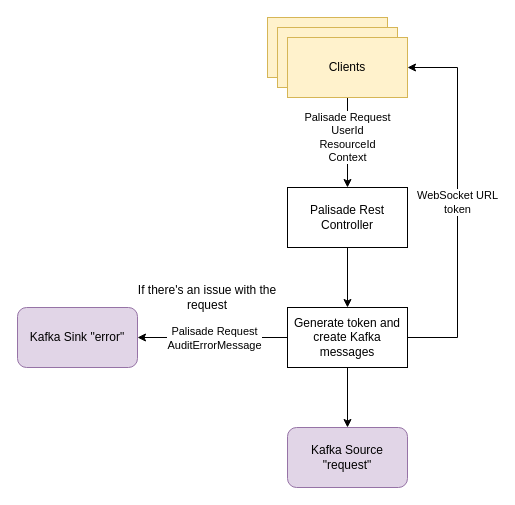
The draw.io diagram palisade-service/doc/palisade-service.drawio in gchq/Palisade-services, before the edit. Source tidied: cells renumbered, new cells numbered last; positions are measured from the earlier drawing's top-left corner, leaving out a move shared by most shapes. Both pictures are drawn from the tidied source at 100%, with x=0, y=0 at pixel (17, 17).
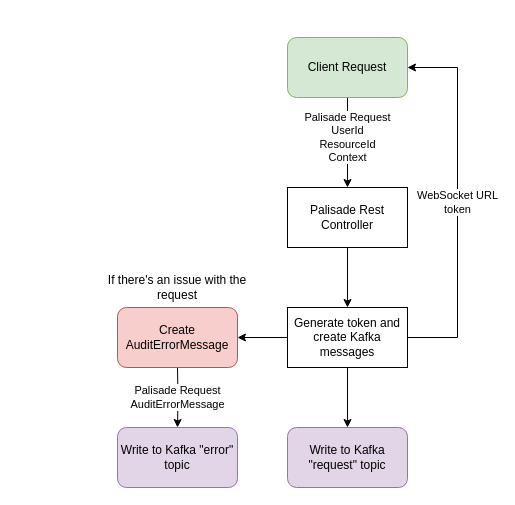
Above is the later version.

What changed in the source:
```diff
@@
 <mxGraphModel>
   <root>
     <mxCell id="0" />
     <mxCell id="1" parent="0" />
-    <mxCell id="2" value="WebSocket URL&lt;br&gt;token" style="edgeStyle=orthogonalEdgeStyle;rounded=0;jettySize=auto;html=1;exitX=1;exitY=0.5;exitDx=0;exitDy=0;entryX=1;entryY=0.5;entryDx=0;entryDy=0;" parent="1" edge="1" source="13" target="10">
+    <mxCell id="2" value="WebSocket URL&lt;br&gt;token" style="edgeStyle=orthogonalEdgeStyle;rounded=0;jettySize=auto;html=1;exitX=1;exitY=0.5;exitDx=0;exitDy=0;entryX=1;entryY=0.5;entryDx=0;entryDy=0;entryPerimeter=0;" parent="1" edge="1" source="13" target="17">
       <mxGeometry relative="1" as="geometry">
         <Array as="points">
           <mxPoint x="440" y="320" />
           <mxPoint x="440" y="50" />
         </Array>
       </mxGeometry>
     </mxCell>
-    <mxCell id="3" style="edgeStyle=orthogonalEdgeStyle;rounded=0;jettySize=auto;html=1;exitX=0;exitY=0.5;exitDx=0;exitDy=0;" parent="1" edge="1" source="13" target="11">
-      <mxGeometry relative="1" as="geometry" />
-    </mxCell>
-    <mxCell id="4" value="Palisade Request&lt;br&gt;AuditErrorMessage" style="edgeLabel;html=1;align=center;verticalAlign=middle;" parent="3" vertex="1">
-      <mxGeometry x="0.34" relative="1" as="geometry">
-        <mxPoint x="27" as="offset" />
-      </mxGeometry>
-    </mxCell>
     <mxCell id="5" style="edgeStyle=orthogonalEdgeStyle;rounded=0;jettySize=auto;html=1;exitX=0.5;exitY=1;exitDx=0;exitDy=0;" parent="1" edge="1" source="6" target="13">
       <mxGeometry relative="1" as="geometry" />
     </mxCell>
     <mxCell id="6" value="Palisade Rest Controller" style="rounded=0;whiteSpace=wrap;html=1;" parent="1" vertex="1">
       <mxGeometry x="270" y="170" width="120" height="60" as="geometry" />
     </mxCell>
-    <mxCell id="7" style="rounded=0;whiteSpace=wrap;html=1;fillColor=#fff2cc;strokeColor=#d6b656;" parent="1" vertex="1">
-      <mxGeometry x="250" width="120" height="60" as="geometry" />
-    </mxCell>
-    <mxCell id="8" style="rounded=0;whiteSpace=wrap;html=1;fillColor=#fff2cc;strokeColor=#d6b656;" parent="1" vertex="1">
-      <mxGeometry x="260" y="10" width="120" height="60" as="geometry" />
-    </mxCell>
-    <mxCell id="9" value="Palisade Request&lt;br&gt;UserId&lt;br&gt;ResourceId&lt;br&gt;Context" style="edgeStyle=orthogonalEdgeStyle;rounded=0;jettySize=auto;html=1;exitX=0.5;exitY=1;exitDx=0;exitDy=0;" parent="1" edge="1" source="10" target="6">
+    <mxCell id="9" value="Palisade Request&lt;br&gt;UserId&lt;br&gt;ResourceId&lt;br&gt;Context" style="edgeStyle=orthogonalEdgeStyle;rounded=0;jettySize=auto;html=1;exitX=0.5;exitY=1;exitDx=0;exitDy=0;" parent="1" edge="1" source="17" target="6">
       <mxGeometry x="-0.11" relative="1" as="geometry" />
     </mxCell>
-    <mxCell id="10" value="Clients" style="rounded=0;whiteSpace=wrap;html=1;fillColor=#fff2cc;strokeColor=#d6b656;" parent="1" vertex="1">
-      <mxGeometry x="270" y="20" width="120" height="60" as="geometry" />
-    </mxCell>
-    <mxCell id="11" value="Kafka Sink &quot;error&quot;" style="rounded=1;whiteSpace=wrap;html=1;fillColor=#e1d5e7;strokeColor=#9673a6;" parent="1" vertex="1">
-      <mxGeometry y="290" width="120" height="60" as="geometry" />
+    <mxCell id="11" value="Write to Kafka &quot;error&quot; topic" style="rounded=1;whiteSpace=wrap;html=1;fillColor=#e1d5e7;strokeColor=#9673a6;" parent="1" vertex="1">
+      <mxGeometry x="100" y="410" width="120" height="60" as="geometry" />
     </mxCell>
     <mxCell id="12" style="edgeStyle=orthogonalEdgeStyle;rounded=0;jettySize=auto;html=1;" parent="1" edge="1" source="13" target="15">
       <mxGeometry relative="1" as="geometry" />
     </mxCell>
+    <mxCell id="16" style="edgeStyle=orthogonalEdgeStyle;rounded=0;jettySize=auto;html=1;exitX=0;exitY=0.5;exitDx=0;exitDy=0;" parent="1" edge="1" source="13">
+      <mxGeometry relative="1" as="geometry">
+        <mxPoint x="220" y="320" as="targetPoint" />
+      </mxGeometry>
+    </mxCell>
     <mxCell id="13" value="Generate token and create Kafka messages" style="rounded=0;whiteSpace=wrap;html=1;" parent="1" vertex="1">
       <mxGeometry x="270" y="290" width="120" height="60" as="geometry" />
     </mxCell>
     <mxCell id="14" value="If there's an issue with the request" style="text;html=1;strokeColor=none;fillColor=none;align=center;verticalAlign=middle;whiteSpace=wrap;rounded=0;" parent="1" vertex="1">
-      <mxGeometry x="110" y="270" width="160" height="20" as="geometry" />
+      <mxGeometry x="80" y="260" width="160" height="20" as="geometry" />
     </mxCell>
-    <mxCell id="15" value="Kafka Source &quot;request&quot;" style="rounded=1;whiteSpace=wrap;html=1;fillColor=#e1d5e7;strokeColor=#9673a6;" parent="1" vertex="1">
+    <mxCell id="15" value="Write to Kafka &quot;request&quot; topic" style="rounded=1;whiteSpace=wrap;html=1;fillColor=#e1d5e7;strokeColor=#9673a6;" parent="1" vertex="1">
       <mxGeometry x="270" y="410" width="120" height="60" as="geometry" />
     </mxCell>
+    <mxCell id="17" value="Client Request" style="rounded=1;whiteSpace=wrap;html=1;fillColor=#d5e8d4;strokeColor=#82b366;" parent="1" vertex="1">
+      <mxGeometry x="270" y="20" width="120" height="60" as="geometry" />
+    </mxCell>
+    <mxCell id="4" value="&lt;span style=&quot;color: rgb(0 , 0 , 0) ; font-family: &amp;#34;helvetica&amp;#34; ; font-size: 11px ; font-style: normal ; font-weight: 400 ; letter-spacing: normal ; text-align: center ; text-indent: 0px ; text-transform: none ; word-spacing: 0px ; background-color: rgb(255 , 255 , 255) ; display: inline ; float: none&quot;&gt;Palisade Request&lt;/span&gt;&lt;br style=&quot;color: rgb(0 , 0 , 0) ; font-family: &amp;#34;helvetica&amp;#34; ; font-size: 11px ; font-style: normal ; font-weight: 400 ; letter-spacing: normal ; text-align: center ; text-indent: 0px ; text-transform: none ; word-spacing: 0px&quot;&gt;&lt;span style=&quot;color: rgb(0 , 0 , 0) ; font-family: &amp;#34;helvetica&amp;#34; ; font-size: 11px ; font-style: normal ; font-weight: 400 ; letter-spacing: normal ; text-align: center ; text-indent: 0px ; text-transform: none ; word-spacing: 0px ; background-color: rgb(255 , 255 , 255) ; display: inline ; float: none&quot;&gt;AuditErrorMessage&lt;/span&gt;" style="edgeStyle=orthogonalEdgeStyle;rounded=0;jettySize=auto;html=1;exitX=0.5;exitY=1;exitDx=0;exitDy=0;" parent="1" edge="1" target="11">
+      <mxGeometry relative="1" as="geometry">
+        <mxPoint x="160" y="350" as="sourcePoint" />
+      </mxGeometry>
+    </mxCell>
+    <mxCell id="18" value="Create AuditErrorMessage" style="rounded=1;whiteSpace=wrap;html=1;fillColor=#f8cecc;strokeColor=#b85450;" parent="1" vertex="1">
+      <mxGeometry x="100" y="290" width="120" height="60" as="geometry" />
+    </mxCell>
   </root>
 </mxGraphModel>
```
